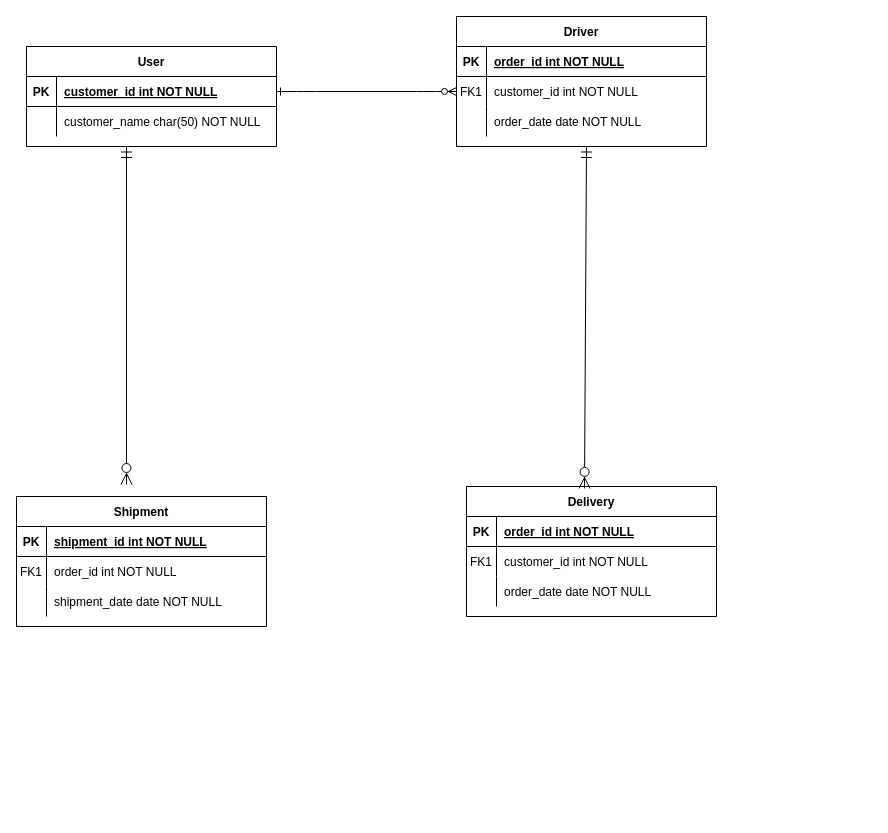
jefsamo/gct-ticketing-system keeps this draw.io diagram as ParcelDelivery.drawio. Above is the earlier version. Source tidied: cells renumbered, new cells numbered last; positions are measured from the earlier drawing's top-left corner, leaving out a move shared by most shapes. Both pictures are drawn from the tidied source at 100%, with x=0, y=0 at pixel (16, 16).
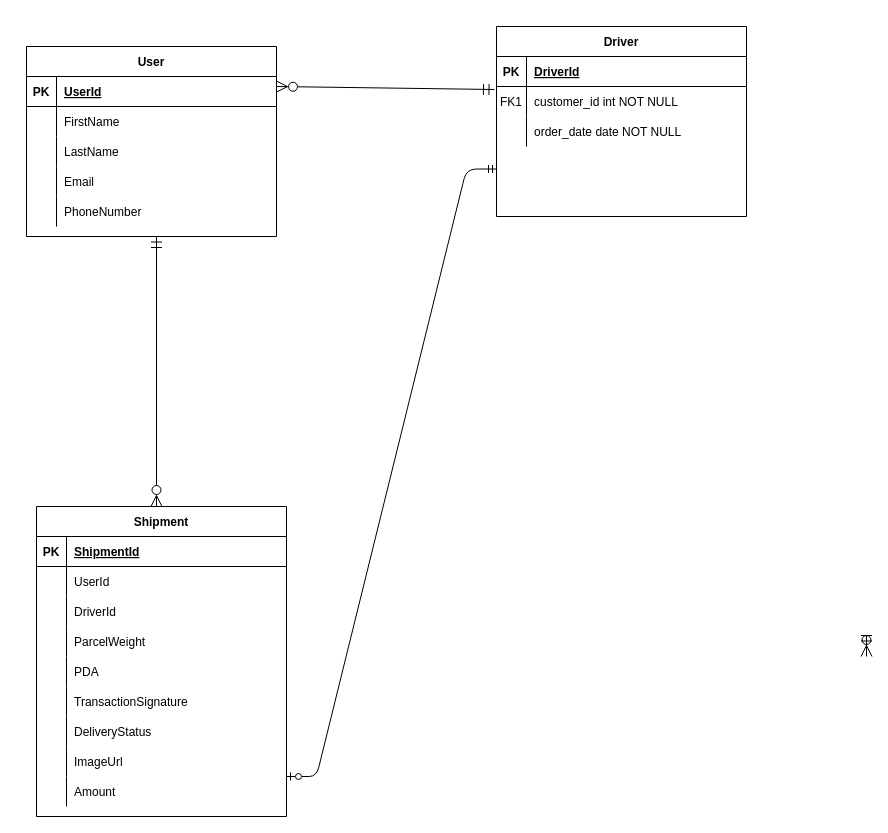
The same page after the edit.

Unchanged cells that the change refers to:
```xml
<mxCell id="4" style="shape=partialRectangle;fillColor=none;points=[[0,0.5],[1,0.5]];portConstraint=eastwest;top=0;left=0;right=0;bottom=1;" parent="3" vertex="1">
  <mxGeometry y="30" width="250" height="30" as="geometry" />
</mxCell>
<mxCell id="7" style="shape=partialRectangle;fillColor=none;points=[[0,0.5],[1,0.5]];portConstraint=eastwest;top=0;left=0;right=0;bottom=0;" parent="3" vertex="1">
  <mxGeometry y="60" width="250" height="30" as="geometry" />
</mxCell>
<mxCell id="14" style="shape=partialRectangle;fillColor=none;top=0;left=0;right=0;bottom=1;" parent="13" vertex="1">
  <mxGeometry y="30" width="250" height="30" as="geometry" />
</mxCell>
<mxCell id="17" style="shape=partialRectangle;fillColor=none;top=0;left=0;right=0;bottom=0;" parent="13" vertex="1">
  <mxGeometry y="60" width="250" height="30" as="geometry" />
</mxCell>
<mxCell id="20" style="shape=partialRectangle;fillColor=none;top=0;left=0;right=0;bottom=0;" parent="13" vertex="1">
  <mxGeometry y="90" width="250" height="30" as="geometry" />
</mxCell>
<mxCell id="24" style="shape=partialRectangle;fillColor=none;points=[[0,0.5],[1,0.5]];portConstraint=eastwest;top=0;left=0;right=0;bottom=1;" parent="23" vertex="1">
  <mxGeometry y="30" width="250" height="30" as="geometry" />
</mxCell>
<mxCell id="27" style="shape=partialRectangle;fillColor=none;top=0;left=0;right=0;bottom=0;" parent="23" vertex="1">
  <mxGeometry y="60" width="250" height="30" as="geometry" />
</mxCell>
```

Change to the diagram source:
```diff
@@
-    <mxCell id="2" style="edgeStyle=entityRelationEdgeStyle;endArrow=ERzeroToMany;startArrow=ERone;endFill=1;startFill=0;" parent="1" edge="1" source="24" target="7">
-      <mxGeometry relative="1" as="geometry" />
+    <mxCell id="2" style="edgeStyle=entityRelationEdgeStyle;endArrow=ERmandOne;startArrow=ERzeroToOne;endFill=0;startFill=0;entryX=0;entryY=0.75;entryDx=0;entryDy=0;" parent="1" edge="1" target="3">
+      <mxGeometry relative="1" as="geometry">
+        <mxPoint x="270" y="760" as="sourcePoint" />
+        <Array as="points">
+          <mxPoint x="430" y="445" />
+          <mxPoint x="570" y="335" />
+          <mxPoint x="470" y="170" />
+          <mxPoint x="580" y="325" />
+        </Array>
+      </mxGeometry>
     </mxCell>
     <mxCell id="3" value="Driver" style="shape=table;startSize=30;childLayout=tableLayout;rowLines=0;fontStyle=1;align=center;" parent="1" vertex="1">
-      <mxGeometry x="440" width="250" height="130" as="geometry" />
+      <mxGeometry x="480" y="10" width="250" height="190" as="geometry" />
     </mxCell>
@@
-    <mxCell id="6" value="order_id int NOT NULL " style="shape=partialRectangle;overflow=hidden;fillColor=none;top=0;left=0;bottom=0;right=0;align=left;spacingLeft=6;fontStyle=5;" parent="4" vertex="1">
+    <mxCell id="6" value="DriverId" style="shape=partialRectangle;overflow=hidden;fillColor=none;top=0;left=0;bottom=0;right=0;align=left;spacingLeft=6;fontStyle=5;" parent="4" vertex="1">
       <mxGeometry x="30" width="220" height="30" as="geometry" />
     </mxCell>
@@
     <mxCell id="13" value="Shipment" style="shape=table;startSize=30;childLayout=tableLayout;rowLines=0;fontStyle=1;align=center;" parent="1" vertex="1">
-      <mxGeometry y="480" width="250" height="130" as="geometry" />
+      <mxGeometry x="20" y="490" width="250" height="310" as="geometry" />
     </mxCell>
@@
-    <mxCell id="16" value="shipment_id int NOT NULL " style="shape=partialRectangle;overflow=hidden;fillColor=none;top=0;left=0;bottom=0;right=0;align=left;spacingLeft=6;fontStyle=5;" parent="14" vertex="1">
+    <mxCell id="16" value="ShipmentId" style="shape=partialRectangle;overflow=hidden;fillColor=none;top=0;left=0;bottom=0;right=0;align=left;spacingLeft=6;fontStyle=5;" parent="14" vertex="1">
       <mxGeometry x="30" width="220" height="30" as="geometry" />
     </mxCell>
@@
-    <mxCell id="18" value="FK1" style="shape=partialRectangle;overflow=hidden;fillColor=none;top=0;left=0;bottom=0;right=0;" parent="17" vertex="1">
+    <mxCell id="18" style="shape=partialRectangle;overflow=hidden;fillColor=none;top=0;left=0;bottom=0;right=0;" parent="17" vertex="1">
       <mxGeometry width="30" height="30" as="geometry" />
     </mxCell>
-    <mxCell id="19" value="order_id int NOT NULL" style="shape=partialRectangle;overflow=hidden;fillColor=none;top=0;left=0;bottom=0;right=0;align=left;spacingLeft=6;" parent="17" vertex="1">
+    <mxCell id="19" value="UserId" style="shape=partialRectangle;overflow=hidden;fillColor=none;top=0;left=0;bottom=0;right=0;align=left;spacingLeft=6;" parent="17" vertex="1">
       <mxGeometry x="30" width="220" height="30" as="geometry" />
     </mxCell>
@@
-    <mxCell id="22" value="shipment_date date NOT NULL" style="shape=partialRectangle;overflow=hidden;fillColor=none;top=0;left=0;bottom=0;right=0;align=left;spacingLeft=6;" parent="20" vertex="1">
+    <mxCell id="22" value="DriverId" style="shape=partialRectangle;overflow=hidden;fillColor=none;top=0;left=0;bottom=0;right=0;align=left;spacingLeft=6;" parent="20" vertex="1">
       <mxGeometry x="30" width="220" height="30" as="geometry" />
     </mxCell>
+    <mxCell id="42" style="shape=partialRectangle;fillColor=none;top=0;left=0;right=0;bottom=0;" parent="13" vertex="1">
+      <mxGeometry y="120" width="250" height="30" as="geometry" />
+    </mxCell>
+    <mxCell id="43" style="shape=partialRectangle;overflow=hidden;fillColor=none;top=0;left=0;bottom=0;right=0;" parent="42" vertex="1">
+      <mxGeometry width="30" height="30" as="geometry" />
+    </mxCell>
+    <mxCell id="44" value="ParcelWeight" style="shape=partialRectangle;overflow=hidden;fillColor=none;top=0;left=0;bottom=0;right=0;align=left;spacingLeft=6;" parent="42" vertex="1">
+      <mxGeometry x="30" width="220" height="30" as="geometry" />
+    </mxCell>
+    <mxCell id="45" style="shape=partialRectangle;fillColor=none;top=0;left=0;right=0;bottom=0;" parent="13" vertex="1">
+      <mxGeometry y="150" width="250" height="30" as="geometry" />
+    </mxCell>
+    <mxCell id="46" style="shape=partialRectangle;overflow=hidden;fillColor=none;top=0;left=0;bottom=0;right=0;" parent="45" vertex="1">
+      <mxGeometry width="30" height="30" as="geometry" />
+    </mxCell>
+    <mxCell id="47" value="PDA" style="shape=partialRectangle;overflow=hidden;fillColor=none;top=0;left=0;bottom=0;right=0;align=left;spacingLeft=6;" parent="45" vertex="1">
+      <mxGeometry x="30" width="220" height="30" as="geometry" />
+    </mxCell>
+    <mxCell id="48" style="shape=partialRectangle;fillColor=none;top=0;left=0;right=0;bottom=0;" parent="13" vertex="1">
+      <mxGeometry y="180" width="250" height="30" as="geometry" />
+    </mxCell>
+    <mxCell id="49" style="shape=partialRectangle;overflow=hidden;fillColor=none;top=0;left=0;bottom=0;right=0;" parent="48" vertex="1">
+      <mxGeometry width="30" height="30" as="geometry" />
+    </mxCell>
+    <mxCell id="50" value="TransactionSignature" style="shape=partialRectangle;overflow=hidden;fillColor=none;top=0;left=0;bottom=0;right=0;align=left;spacingLeft=6;" parent="48" vertex="1">
+      <mxGeometry x="30" width="220" height="30" as="geometry" />
+    </mxCell>
+    <mxCell id="51" style="shape=partialRectangle;fillColor=none;top=0;left=0;right=0;bottom=0;" parent="13" vertex="1">
+      <mxGeometry y="210" width="250" height="30" as="geometry" />
+    </mxCell>
+    <mxCell id="52" style="shape=partialRectangle;overflow=hidden;fillColor=none;top=0;left=0;bottom=0;right=0;" parent="51" vertex="1">
+      <mxGeometry width="30" height="30" as="geometry" />
+    </mxCell>
+    <mxCell id="53" value="DeliveryStatus" style="shape=partialRectangle;overflow=hidden;fillColor=none;top=0;left=0;bottom=0;right=0;align=left;spacingLeft=6;" parent="51" vertex="1">
+      <mxGeometry x="30" width="220" height="30" as="geometry" />
+    </mxCell>
+    <mxCell id="54" style="shape=partialRectangle;fillColor=none;top=0;left=0;right=0;bottom=0;" parent="13" vertex="1">
+      <mxGeometry y="240" width="250" height="30" as="geometry" />
+    </mxCell>
+    <mxCell id="55" style="shape=partialRectangle;overflow=hidden;fillColor=none;top=0;left=0;bottom=0;right=0;" parent="54" vertex="1">
+      <mxGeometry width="30" height="30" as="geometry" />
+    </mxCell>
+    <mxCell id="56" value="ImageUrl" style="shape=partialRectangle;overflow=hidden;fillColor=none;top=0;left=0;bottom=0;right=0;align=left;spacingLeft=6;" parent="54" vertex="1">
+      <mxGeometry x="30" width="220" height="30" as="geometry" />
+    </mxCell>
+    <mxCell id="57" style="shape=partialRectangle;fillColor=none;top=0;left=0;right=0;bottom=0;" parent="13" vertex="1">
+      <mxGeometry y="270" width="250" height="30" as="geometry" />
+    </mxCell>
+    <mxCell id="58" style="shape=partialRectangle;overflow=hidden;fillColor=none;top=0;left=0;bottom=0;right=0;" parent="57" vertex="1">
+      <mxGeometry width="30" height="30" as="geometry" />
+    </mxCell>
+    <mxCell id="59" value="Amount" style="shape=partialRectangle;overflow=hidden;fillColor=none;top=0;left=0;bottom=0;right=0;align=left;spacingLeft=6;" parent="57" vertex="1">
+      <mxGeometry x="30" width="220" height="30" as="geometry" />
+    </mxCell>
     <mxCell id="23" value="User" style="shape=table;startSize=30;childLayout=tableLayout;rowLines=0;fontStyle=1;align=center;" parent="1" vertex="1">
-      <mxGeometry x="10" y="30" width="250" height="100" as="geometry" />
+      <mxGeometry x="10" y="30" width="250" height="190" as="geometry" />
     </mxCell>
@@
-    <mxCell id="26" value="customer_id int NOT NULL " style="shape=partialRectangle;overflow=hidden;fillColor=none;top=0;left=0;bottom=0;right=0;align=left;spacingLeft=6;fontStyle=5;" parent="24" vertex="1">
+    <mxCell id="26" value="UserId" style="shape=partialRectangle;overflow=hidden;fillColor=none;top=0;left=0;bottom=0;right=0;align=left;spacingLeft=6;fontStyle=5;" parent="24" vertex="1">
       <mxGeometry x="30" width="220" height="30" as="geometry" />
     </mxCell>
@@
-    <mxCell id="29" value="customer_name char(50) NOT NULL" style="shape=partialRectangle;overflow=hidden;fillColor=none;top=0;left=0;bottom=0;right=0;align=left;spacingLeft=6;" parent="27" vertex="1">
+    <mxCell id="29" value="FirstName" style="shape=partialRectangle;overflow=hidden;fillColor=none;top=0;left=0;bottom=0;right=0;align=left;spacingLeft=6;" parent="27" vertex="1">
       <mxGeometry x="30" width="220" height="30" as="geometry" />
     </mxCell>
+    <mxCell id="38" style="shape=partialRectangle;fillColor=none;top=0;left=0;right=0;bottom=0;" parent="23" vertex="1">
+      <mxGeometry y="90" width="250" height="30" as="geometry" />
+    </mxCell>
+    <mxCell id="60" style="shape=partialRectangle;overflow=hidden;fillColor=none;top=0;left=0;bottom=0;right=0;" parent="38" vertex="1">
+      <mxGeometry width="30" height="30" as="geometry" />
+    </mxCell>
+    <mxCell id="61" value="LastName" style="shape=partialRectangle;overflow=hidden;fillColor=none;top=0;left=0;bottom=0;right=0;align=left;spacingLeft=6;" parent="38" vertex="1">
+      <mxGeometry x="30" width="220" height="30" as="geometry" />
+    </mxCell>
+    <mxCell id="62" style="shape=partialRectangle;fillColor=none;top=0;left=0;right=0;bottom=0;" parent="23" vertex="1">
+      <mxGeometry y="120" width="250" height="30" as="geometry" />
+    </mxCell>
+    <mxCell id="63" style="shape=partialRectangle;overflow=hidden;fillColor=none;top=0;left=0;bottom=0;right=0;" parent="62" vertex="1">
+      <mxGeometry width="30" height="30" as="geometry" />
+    </mxCell>
+    <mxCell id="64" value="Email" style="shape=partialRectangle;overflow=hidden;fillColor=none;top=0;left=0;bottom=0;right=0;align=left;spacingLeft=6;" parent="62" vertex="1">
+      <mxGeometry x="30" width="220" height="30" as="geometry" />
+    </mxCell>
+    <mxCell id="65" style="shape=partialRectangle;fillColor=none;top=0;left=0;right=0;bottom=0;" parent="23" vertex="1">
+      <mxGeometry y="150" width="250" height="30" as="geometry" />
+    </mxCell>
+    <mxCell id="66" style="shape=partialRectangle;overflow=hidden;fillColor=none;top=0;left=0;bottom=0;right=0;" parent="65" vertex="1">
+      <mxGeometry width="30" height="30" as="geometry" />
+    </mxCell>
+    <mxCell id="67" value="PhoneNumber" style="shape=partialRectangle;overflow=hidden;fillColor=none;top=0;left=0;bottom=0;right=0;align=left;spacingLeft=6;" parent="65" vertex="1">
+      <mxGeometry x="30" width="220" height="30" as="geometry" />
+    </mxCell>
     <mxCell id="30" style="endArrow=ERmandOne;html=1;rounded=0;endFill=0;startArrow=ERzeroToMany;startFill=0;startSize=9;endSize=9;" parent="1" edge="1">
       <mxGeometry relative="1" as="geometry">
-        <mxPoint x="110" y="468" as="sourcePoint" />
-        <mxPoint x="110" y="130" as="targetPoint" />
+        <mxPoint x="140" y="490" as="sourcePoint" />
+        <mxPoint x="140" y="220" as="targetPoint" />
       </mxGeometry>
     </mxCell>
-    <mxCell id="31" value="Delivery" style="shape=table;startSize=30;childLayout=tableLayout;rowLines=0;fontStyle=1;align=center;" parent="1" vertex="1">
-      <mxGeometry x="450" y="470" width="250" height="130" as="geometry" />
-    </mxCell>
-    <mxCell id="32" style="shape=partialRectangle;fillColor=none;top=0;left=0;right=0;bottom=1;" parent="31" vertex="1">
-      <mxGeometry y="30" width="250" height="30" as="geometry" />
-    </mxCell>
-    <mxCell id="33" value="PK" style="shape=partialRectangle;overflow=hidden;fillColor=none;top=0;left=0;bottom=0;right=0;fontStyle=1;" parent="32" vertex="1">
-      <mxGeometry width="30" height="30" as="geometry" />
-    </mxCell>
-    <mxCell id="34" value="order_id int NOT NULL " style="shape=partialRectangle;overflow=hidden;fillColor=none;top=0;left=0;bottom=0;right=0;align=left;spacingLeft=6;fontStyle=5;" parent="32" vertex="1">
-      <mxGeometry x="30" width="220" height="30" as="geometry" />
-    </mxCell>
-    <mxCell id="35" style="shape=partialRectangle;fillColor=none;top=0;left=0;right=0;bottom=0;" parent="31" vertex="1">
-      <mxGeometry y="60" width="250" height="30" as="geometry" />
-    </mxCell>
-    <mxCell id="36" value="FK1" style="shape=partialRectangle;overflow=hidden;fillColor=none;top=0;left=0;bottom=0;right=0;" parent="35" vertex="1">
-      <mxGeometry width="30" height="30" as="geometry" />
-    </mxCell>
-    <mxCell id="37" value="customer_id int NOT NULL" style="shape=partialRectangle;overflow=hidden;fillColor=none;top=0;left=0;bottom=0;right=0;align=left;spacingLeft=6;" parent="35" vertex="1">
-      <mxGeometry x="30" width="220" height="30" as="geometry" />
-    </mxCell>
-    <mxCell id="38" style="shape=partialRectangle;fillColor=none;top=0;left=0;right=0;bottom=0;" parent="31" vertex="1">
-      <mxGeometry y="90" width="250" height="30" as="geometry" />
-    </mxCell>
-    <mxCell id="39" style="shape=partialRectangle;overflow=hidden;fillColor=none;top=0;left=0;bottom=0;right=0;" parent="38" vertex="1">
-      <mxGeometry width="30" height="30" as="geometry" />
-    </mxCell>
-    <mxCell id="40" value="order_date date NOT NULL" style="shape=partialRectangle;overflow=hidden;fillColor=none;top=0;left=0;bottom=0;right=0;align=left;spacingLeft=6;" parent="38" vertex="1">
-      <mxGeometry x="30" width="220" height="30" as="geometry" />
-    </mxCell>
-    <mxCell id="41" style="endArrow=ERmandOne;html=1;rounded=0;exitX=0.472;exitY=0.015;exitDx=0;exitDy=0;exitPerimeter=0;startArrow=ERzeroToMany;startFill=0;endFill=0;startSize=9;endSize=9;" parent="1" edge="1" source="31">
-      <mxGeometry relative="1" as="geometry">
-        <mxPoint x="570" y="130" as="targetPoint" />
-      </mxGeometry>
-    </mxCell>
+    <mxCell id="68" style="endArrow=ERmandOne;html=1;rounded=0;endFill=0;startArrow=ERzeroToMany;startFill=0;startSize=9;endSize=9;entryX=-0.008;entryY=1.1;entryDx=0;entryDy=0;entryPerimeter=0;" parent="1" edge="1" target="4">
+      <mxGeometry relative="1" as="geometry">
+        <mxPoint x="260" y="70" as="sourcePoint" />
+      </mxGeometry>
+    </mxCell>
+    <mxCell id="69" style="endArrow=ERmandOne;html=1;rounded=0;endFill=0;startArrow=ERzeroToMany;startFill=0;startSize=9;endSize=9;" parent="1" edge="1">
+      <mxGeometry relative="1" as="geometry">
+        <mxPoint x="850" y="640" as="sourcePoint" />
+        <mxPoint x="850" y="630" as="targetPoint" />
+      </mxGeometry>
+    </mxCell>
```
